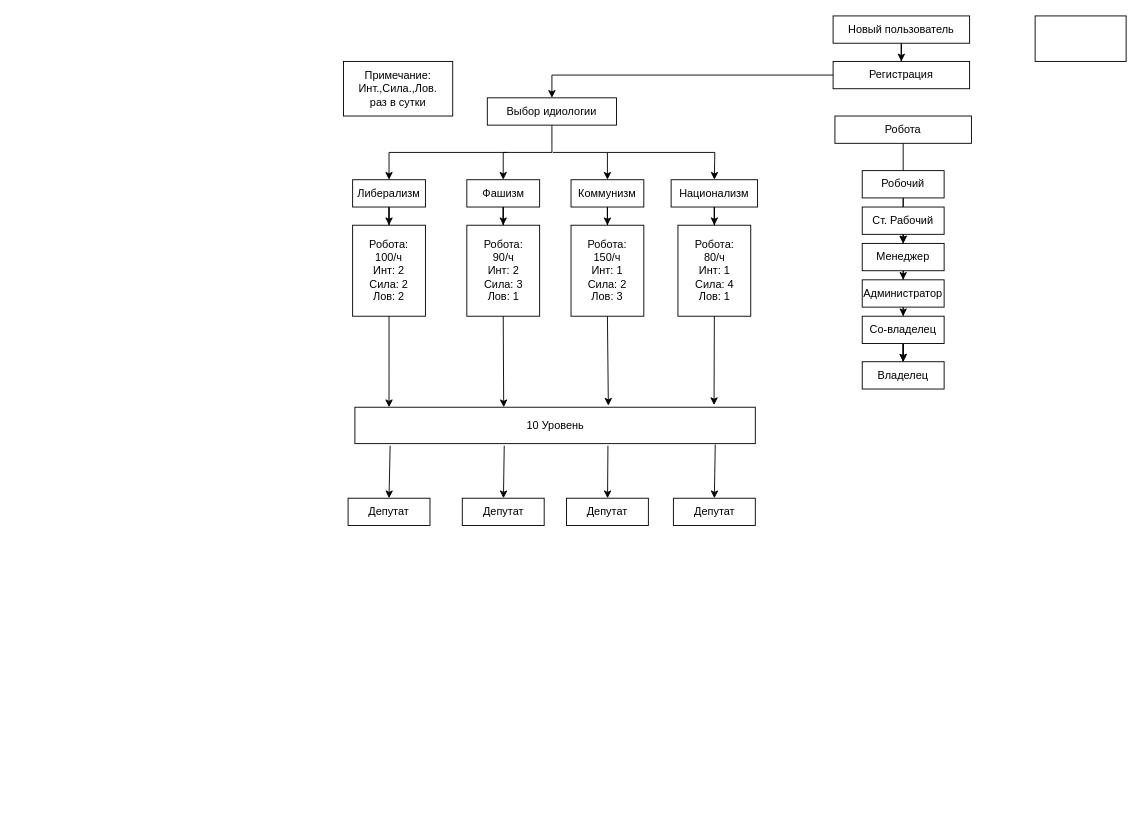
Zicnet/Politico-Bot keeps this draw.io diagram as PoliticoBotLogic.drawio. Above is the earlier version. Source tidied: cells renumbered, new cells numbered last; positions are measured from the earlier drawing's top-left corner, leaving out a move shared by most shapes. Both pictures are drawn from the tidied source at 91%, with x=0, y=0 at pixel (343, 15).
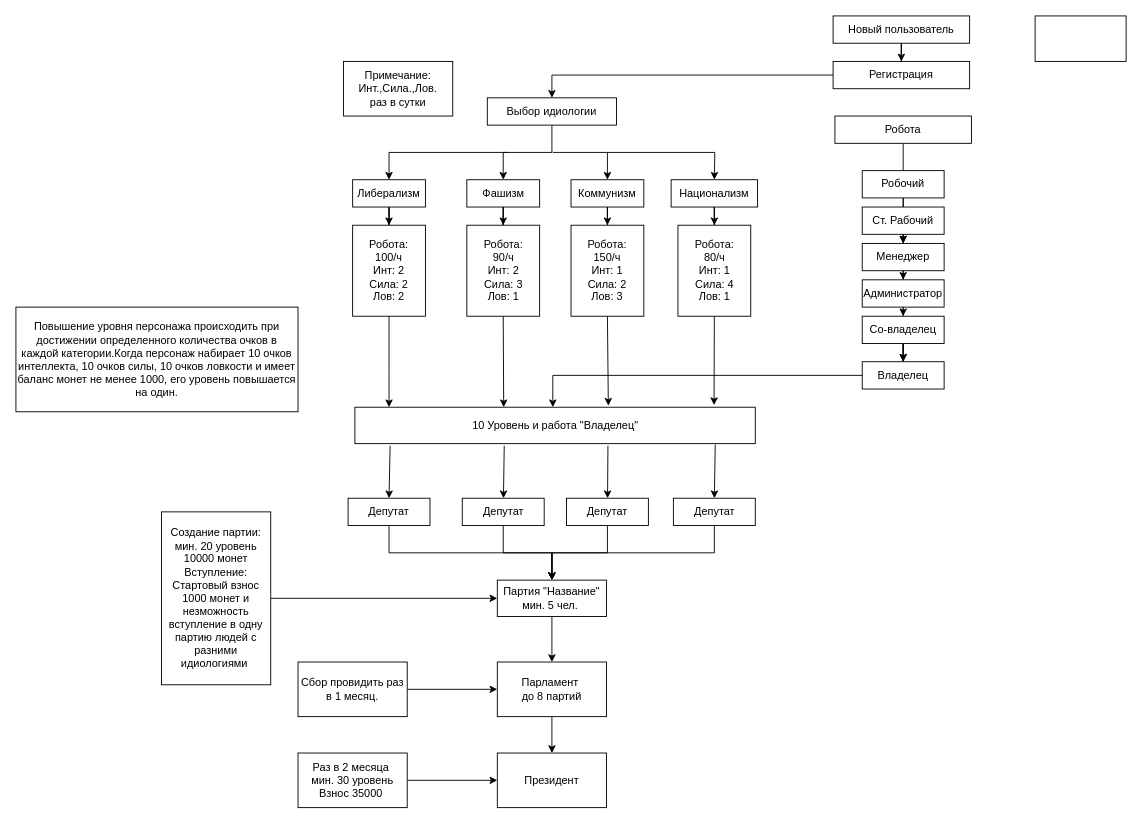
The same diagram, later.

The change refers to these unchanged cells:
```xml
<mxCell id="31" value="Владелец" style="rounded=0;whiteSpace=wrap;html=1;" parent="1" vertex="1">
  <mxGeometry x="570" y="380" width="90" height="30" as="geometry" />
</mxCell>
<mxCell id="40" value="Депутат" style="rounded=0;whiteSpace=wrap;html=1;" parent="1" vertex="1">
  <mxGeometry x="5" y="530" width="90" height="30" as="geometry" />
</mxCell>
<mxCell id="41" value="Депутат" style="rounded=0;whiteSpace=wrap;html=1;" parent="1" vertex="1">
  <mxGeometry x="130.5" y="530" width="90" height="30" as="geometry" />
</mxCell>
<mxCell id="42" value="Депутат" style="rounded=0;whiteSpace=wrap;html=1;" parent="1" vertex="1">
  <mxGeometry x="245" y="530" width="90" height="30" as="geometry" />
</mxCell>
<mxCell id="43" value="Депутат" style="rounded=0;whiteSpace=wrap;html=1;" parent="1" vertex="1">
  <mxGeometry x="362.5" y="530" width="90" height="30" as="geometry" />
</mxCell>
```

What changed in the source:
```diff
@@
-    <mxCell id="39" value="10 Уровень" style="rounded=0;whiteSpace=wrap;html=1;" parent="1" vertex="1">
+    <mxCell id="39" value="10 Уровень и работа &quot;Владелец&quot;" style="rounded=0;whiteSpace=wrap;html=1;" parent="1" vertex="1">
       <mxGeometry x="12.5" y="430" width="440" height="40" as="geometry" />
     </mxCell>
+    <mxCell id="51" style="edgeStyle=orthogonalEdgeStyle;rounded=0;jettySize=auto;html=1;entryX=0.5;entryY=0;entryDx=0;entryDy=0;" parent="1" edge="1" source="40" target="58">
+      <mxGeometry relative="1" as="geometry">
+        <Array as="points">
+          <mxPoint x="50" y="590" />
+          <mxPoint x="229" y="590" />
+        </Array>
+      </mxGeometry>
+    </mxCell>
@@
+    <mxCell id="52" style="edgeStyle=orthogonalEdgeStyle;rounded=0;jettySize=auto;html=1;" parent="1" edge="1" source="41" target="58">
+      <mxGeometry relative="1" as="geometry" />
+    </mxCell>
@@
+    <mxCell id="53" style="edgeStyle=orthogonalEdgeStyle;rounded=0;jettySize=auto;html=1;" parent="1" edge="1" source="42" target="58">
+      <mxGeometry relative="1" as="geometry" />
+    </mxCell>
@@
+    <mxCell id="54" style="edgeStyle=orthogonalEdgeStyle;rounded=0;jettySize=auto;html=1;entryX=0.5;entryY=0;entryDx=0;entryDy=0;" parent="1" edge="1" source="43" target="58">
+      <mxGeometry relative="1" as="geometry">
+        <Array as="points">
+          <mxPoint x="408" y="590" />
+          <mxPoint x="229" y="590" />
+        </Array>
+      </mxGeometry>
+    </mxCell>
@@
+    <mxCell id="55" value="Повышение уровня персонажа происходить при достижении определенного количества очков в каждой категории.Когда персонаж набирает 10 очков интеллекта, 10 очков силы, 10 очков ловкости и имеет баланс монет не менее 1000, его уровень повышается на один." style="rounded=0;whiteSpace=wrap;html=1;" parent="1" vertex="1">
+      <mxGeometry x="-360" y="320" width="310" height="115" as="geometry" />
+    </mxCell>
+    <mxCell id="56" style="endArrow=classic;html=1;rounded=0;exitX=0;exitY=0.5;exitDx=0;exitDy=0;" parent="1" edge="1" source="31">
+      <mxGeometry relative="1" as="geometry">
+        <mxPoint x="230" y="430" as="targetPoint" />
+        <Array as="points">
+          <mxPoint x="230" y="395" />
+        </Array>
+      </mxGeometry>
+    </mxCell>
+    <mxCell id="57" style="edgeStyle=orthogonalEdgeStyle;rounded=0;jettySize=auto;html=1;" parent="1" edge="1" source="58" target="60">
+      <mxGeometry relative="1" as="geometry" />
+    </mxCell>
+    <mxCell id="58" value="Партия &quot;Название&quot;&lt;br&gt;мин. 5 чел.&amp;nbsp;" style="rounded=0;whiteSpace=wrap;html=1;" parent="1" vertex="1">
+      <mxGeometry x="169" y="620" width="120" height="40" as="geometry" />
+    </mxCell>
+    <mxCell id="59" style="edgeStyle=orthogonalEdgeStyle;rounded=0;jettySize=auto;html=1;" parent="1" edge="1" source="60" target="61">
+      <mxGeometry relative="1" as="geometry" />
+    </mxCell>
+    <mxCell id="60" value="Парламент&amp;nbsp;&lt;br&gt;до 8 партий" style="rounded=0;whiteSpace=wrap;html=1;" parent="1" vertex="1">
+      <mxGeometry x="169" y="710" width="120" height="60" as="geometry" />
+    </mxCell>
+    <mxCell id="61" value="Президент" style="rounded=0;whiteSpace=wrap;html=1;" parent="1" vertex="1">
+      <mxGeometry x="169" y="810" width="120" height="60" as="geometry" />
+    </mxCell>
+    <mxCell id="62" style="edgeStyle=orthogonalEdgeStyle;rounded=0;jettySize=auto;html=1;" parent="1" edge="1" source="63" target="60">
+      <mxGeometry relative="1" as="geometry" />
+    </mxCell>
+    <mxCell id="63" value="Сбор провидить раз в 1 месяц." style="rounded=0;whiteSpace=wrap;html=1;" parent="1" vertex="1">
+      <mxGeometry x="-50" y="710" width="120" height="60" as="geometry" />
+    </mxCell>
+    <mxCell id="64" style="edgeStyle=orthogonalEdgeStyle;rounded=0;jettySize=auto;html=1;" parent="1" edge="1" source="65" target="58">
+      <mxGeometry relative="1" as="geometry" />
+    </mxCell>
+    <mxCell id="65" value="Создание партии:&lt;br&gt;мин. 20 уровень&lt;br&gt;10000 монет&lt;br&gt;Вступление:&lt;br&gt;Стартовый взнос 1000 монет и незможность вступление в одну партию людей с разними идиологиями&amp;nbsp;" style="rounded=0;whiteSpace=wrap;html=1;" parent="1" vertex="1">
+      <mxGeometry x="-200" y="545" width="120" height="190" as="geometry" />
+    </mxCell>
+    <mxCell id="66" style="edgeStyle=orthogonalEdgeStyle;rounded=0;jettySize=auto;html=1;" parent="1" edge="1" source="67" target="61">
+      <mxGeometry relative="1" as="geometry" />
+    </mxCell>
+    <mxCell id="67" value="Раз в 2 месяца&amp;nbsp;&lt;br&gt;мин. 30 уровень&lt;br&gt;Взнос 35000&amp;nbsp;" style="rounded=0;whiteSpace=wrap;html=1;" parent="1" vertex="1">
+      <mxGeometry x="-50" y="810" width="120" height="60" as="geometry" />
+    </mxCell>
```
